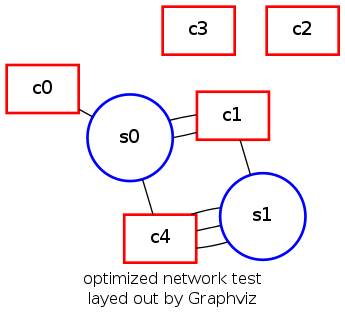
This is network.png from bhpayne/optimal-network-search, a Graphviz export, as it was before one commit. Its source is kept beside it as network.gv.
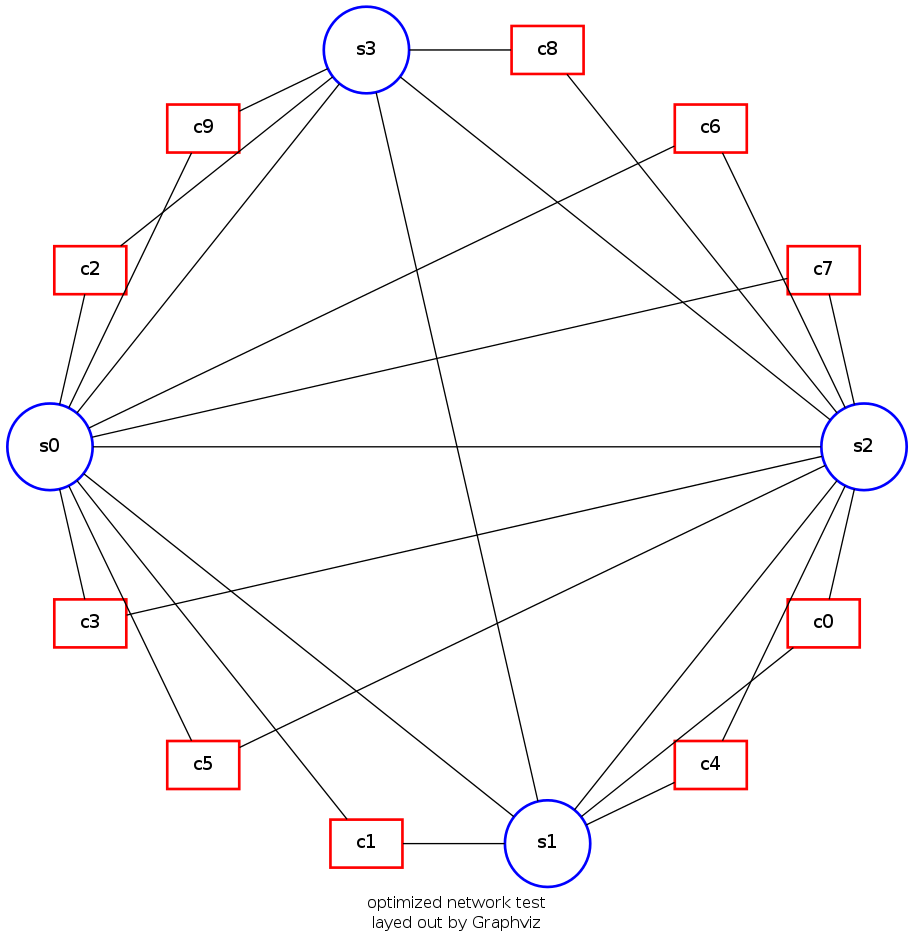
After the commit.

The edit, as a diff of the source:
```diff
@@ -4,16 +4,54 @@
 node [shape=box,color=red,style=bold];  c2;
 node [shape=box,color=red,style=bold];  c3;
 node [shape=box,color=red,style=bold];  c4;
+node [shape=box,color=red,style=bold];  c5;
+node [shape=box,color=red,style=bold];  c6;
+node [shape=box,color=red,style=bold];  c7;
+node [shape=box,color=red,style=bold];  c8;
+node [shape=box,color=red,style=bold];  c9;
 node [shape=circle,fixedsize=true,width=0.9,color=blue,style=bold];  s0;
 node [shape=circle,fixedsize=true,width=0.9,color=blue,style=bold];  s1;
+node [shape=circle,fixedsize=true,width=0.9,color=blue,style=bold];  s2;
+node [shape=circle,fixedsize=true,width=0.9,color=blue,style=bold];  s3;
+node [shape=circle,fixedsize=true,width=0.9,color=blue,style=bold];  s4;
+node [shape=circle,fixedsize=true,width=0.9,color=blue,style=bold];  s5;
+node [shape=circle,fixedsize=true,width=0.9,color=blue,style=bold];  s6;
+node [shape=circle,fixedsize=true,width=0.9,color=blue,style=bold];  s7;
      s0--c0;
-     s0--c1;
      s0--c4;
-     s0--c1;
-     s1--c4;
-     s1--c4;
-     s1--c4;
-     s1--c1;
+     s0--c9;
+     s1--c6;
+     s1--c7;
+     s1--s8;
+     s2--c1;
+     s2--c2;
+     s2--c8;
+     s2--c9;
+     s2--s1;
+     s3--c2;
+     s3--c3;
+     s3--c4;
+     s3--s0;
+     s3--s6;
+     s4--c1;
+     s4--c5;
+     s4--s2;
+     s4--s5;
+     s5--c0;
+     s5--c2;
+     s5--c6;
+     s5--c7;
+     s5--c8;
+     s6--c0;
+     s6--c1;
+     s6--c5;
+     s6--c6;
+     s6--c8;
+     s6--c9;
+     s7--c3;
+     s7--c4;
+     s7--c5;
+     s7--c7;
      overlap=false
      label="optimized network test\nlayed out by Graphviz"
      fontsize=12;
```
